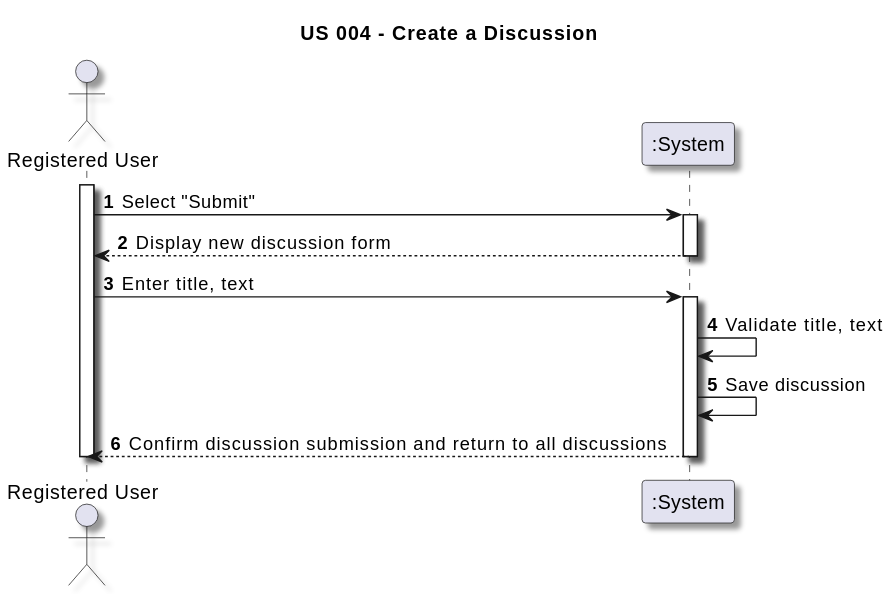
Above: docs/sprint01/us004/01.requirements-engineering/svg/us004-system-sequence-diagram.svg in TiagoMagalhaes1232507/Testando-projeto (PlantUML), before the change. Source of this version:
```plantuml
@startuml
skinparam monochrome false
skinparam packageStyle rectangle
skinparam shadowing true

title US 004 - Create a Discussion

autonumber

actor "Registered User" as User
participant ":System" as System

activate User

User -> System : Select "Submit"
activate System

System --> User : Display new discussion form
deactivate System

User -> System : Enter title, text
activate System

System -> System : Validate title, text

System -> System : Save discussion

System --> User : Confirm discussion submission and return to all discussions
deactivate System
deactivate User
@enduml
```
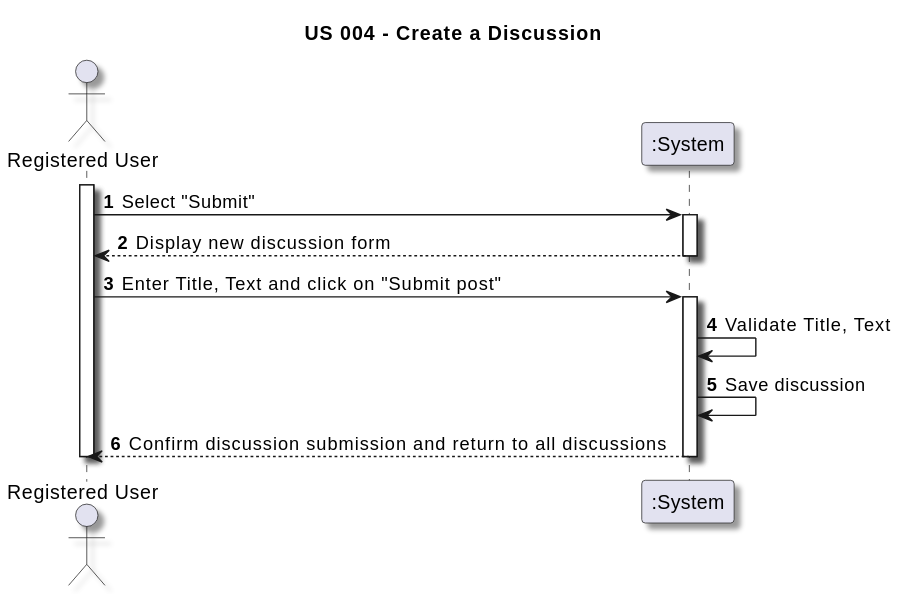
The same diagram one commit later.

The edit, as a diff of the source:
```diff
@@ -18,10 +18,10 @@
 System --> User : Display new discussion form
 deactivate System
 
-User -> System : Enter title, text
+User -> System : Enter Title, Text and click on "Submit post"
 activate System
 
-System -> System : Validate title, text
+System -> System : Validate Title, Text
 
 System -> System : Save discussion
 
```
